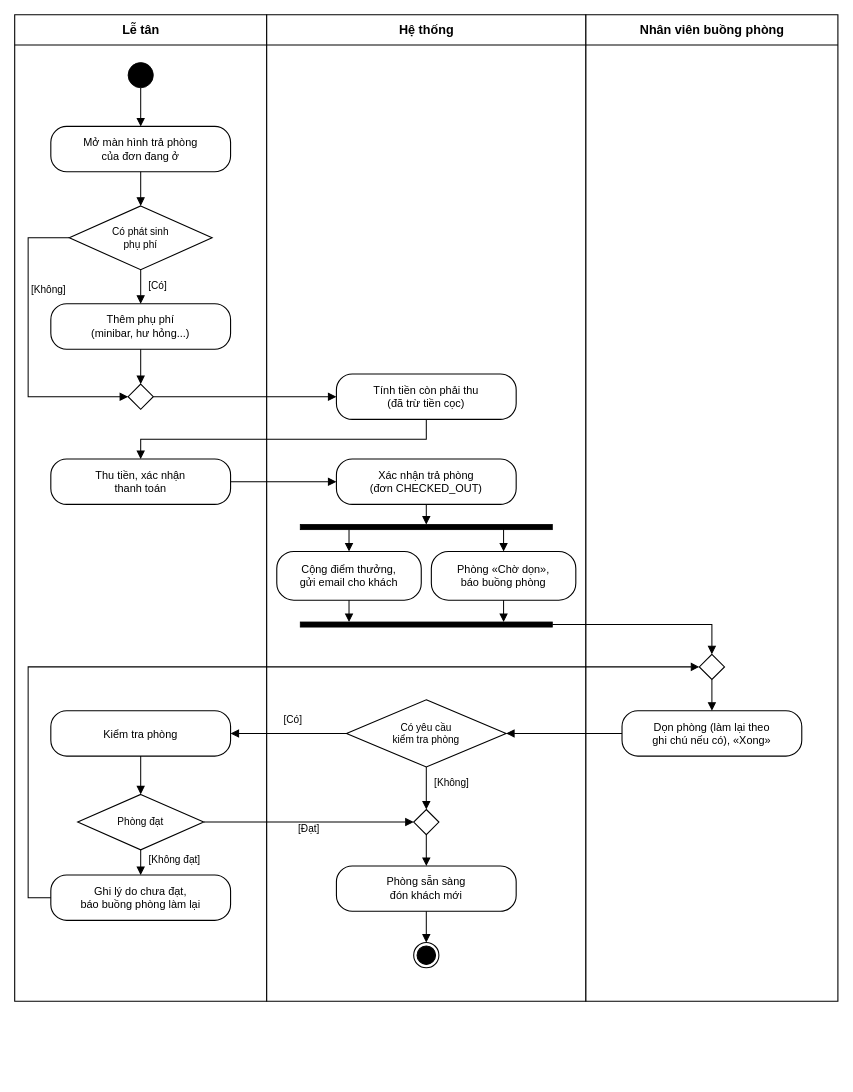
The draw.io diagram docs/thiet-ke/hd-tra-phong-don-phong.drawio in ngynquchn2511/beach-hotel, before the edit. Source tidied: cells renumbered, new cells numbered last; positions are measured from the earlier drawing's top-left corner, leaving out a move shared by most shapes. Both pictures are drawn from the tidied source at 84%, with x=0, y=0 at pixel (14, 14).
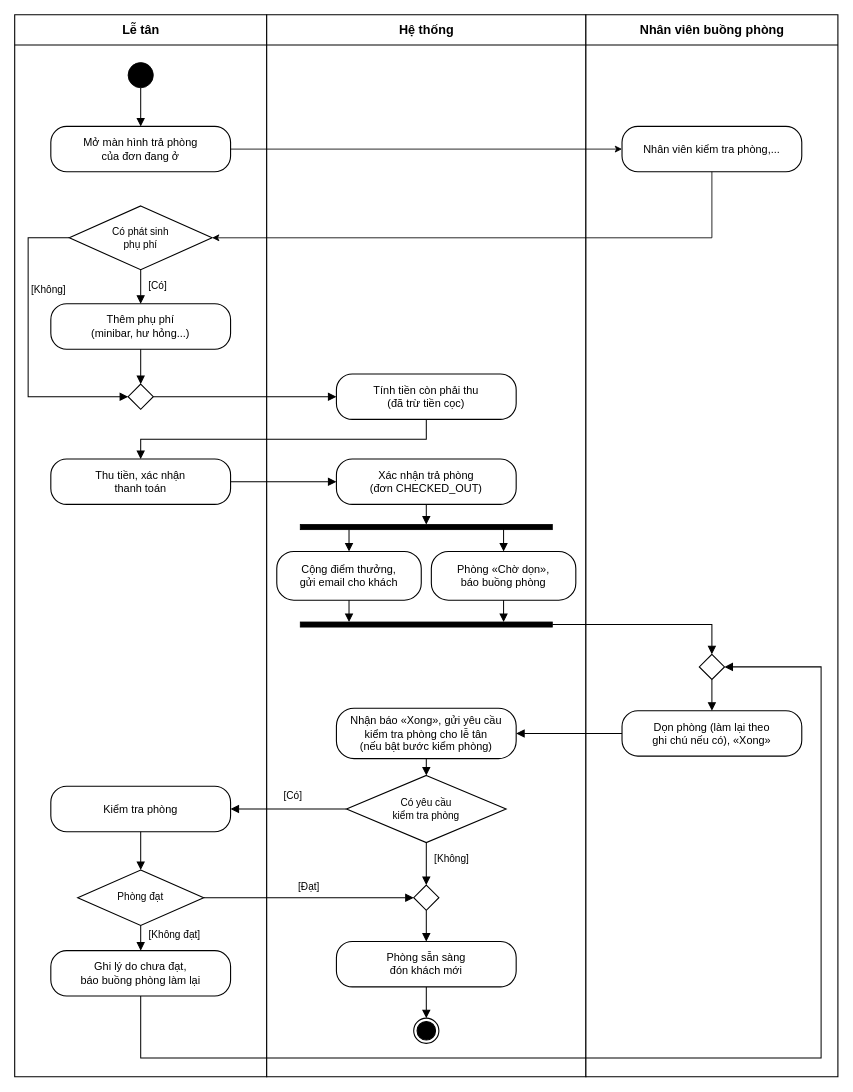
The same page after the edit.

Unchanged cells that the change refers to:
```xml
<mxCell id="6" value="Mở màn hình trả phòng&lt;br&gt;của đơn đang ở" style="fontFamily=Arial;fontColor=#000000;rounded=1;whiteSpace=wrap;html=1;arcSize=35;fillColor=#FFFFFF;strokeColor=#000000;strokeWidth=1.3;fontSize=13;spacing=6;" parent="1" vertex="1">
  <mxGeometry x="43" y="133" width="214" height="54" as="geometry" />
</mxCell>
<mxCell id="7" value="Có phát sinh&lt;br&gt;phụ phí" style="fontFamily=Arial;fontColor=#000000;rhombus;whiteSpace=wrap;html=1;fillColor=#FFFFFF;strokeColor=#000000;strokeWidth=1.3;fontSize=12;" parent="1" vertex="1">
  <mxGeometry x="65" y="227.6" width="170" height="76" as="geometry" />
</mxCell>
<mxCell id="13" style="fontFamily=Arial;fontColor=#000000;rhombus;whiteSpace=wrap;html=1;fillColor=#FFFFFF;strokeColor=#000000;strokeWidth=1.3;fontSize=12;" parent="1" vertex="1">
  <mxGeometry x="815" y="761.4" width="30" height="30" as="geometry" />
</mxCell>
<mxCell id="14" value="Dọn phòng (làm lại theo&lt;br&gt;ghi chú nếu có), «Xong»" style="fontFamily=Arial;fontColor=#000000;rounded=1;whiteSpace=wrap;html=1;arcSize=35;fillColor=#FFFFFF;strokeColor=#000000;strokeWidth=1.3;fontSize=13;spacing=6;" parent="1" vertex="1">
  <mxGeometry x="723" y="828.6" width="214" height="54" as="geometry" />
</mxCell>
```

What changed in the source:
```diff
@@
     <mxCell id="2" value="Lễ tân" style="fontFamily=Arial;fontColor=#000000;swimlane;horizontal=1;startSize=36;html=1;fillColor=#FFFFFF;strokeColor=#000000;strokeWidth=1.3;fontSize=15;fontStyle=1;swimlaneFillColor=#FFFFFF;" parent="1" vertex="1">
-      <mxGeometry width="300" height="1174.4" as="geometry" />
+      <mxGeometry width="300" height="1264.4" as="geometry" />
     </mxCell>
     <mxCell id="3" value="Hệ thống" style="fontFamily=Arial;fontColor=#000000;swimlane;horizontal=1;startSize=36;html=1;fillColor=#FFFFFF;strokeColor=#000000;strokeWidth=1.3;fontSize=15;fontStyle=1;swimlaneFillColor=#FFFFFF;" parent="1" vertex="1">
-      <mxGeometry x="300" width="380" height="1174.4" as="geometry" />
+      <mxGeometry x="300" width="380" height="1264.4" as="geometry" />
     </mxCell>
     <mxCell id="4" value="Nhân viên buồng phòng" style="fontFamily=Arial;fontColor=#000000;swimlane;horizontal=1;startSize=36;html=1;fillColor=#FFFFFF;strokeColor=#000000;strokeWidth=1.3;fontSize=15;fontStyle=1;swimlaneFillColor=#FFFFFF;" parent="1" vertex="1">
-      <mxGeometry x="680" width="300" height="1174.4" as="geometry" />
+      <mxGeometry x="680" width="300" height="1264.4" as="geometry" />
     </mxCell>
+    <mxCell id="50" value="Nhân viên kiểm tra phòng,..." style="fontFamily=Arial;fontColor=#000000;rounded=1;whiteSpace=wrap;html=1;arcSize=35;fillColor=#FFFFFF;strokeColor=#000000;strokeWidth=1.3;fontSize=13;spacing=6;" parent="4" vertex="1">
+      <mxGeometry x="43" y="133" width="214" height="54" as="geometry" />
+    </mxCell>
@@
+    <mxCell id="51" style="edgeStyle=orthogonalEdgeStyle;rounded=0;jettySize=auto;html=1;exitX=1;exitY=0.5;exitDx=0;exitDy=0;defaultLabelBackgroundColor=page;" parent="1" edge="1" source="6" target="50">
+      <mxGeometry relative="1" as="geometry" />
+    </mxCell>
@@
     <mxCell id="15" value="Có yêu cầu&lt;br&gt;kiểm tra phòng" style="fontFamily=Arial;fontColor=#000000;rhombus;whiteSpace=wrap;html=1;fillColor=#FFFFFF;strokeColor=#000000;strokeWidth=1.3;fontSize=12;" parent="1" vertex="1">
-      <mxGeometry x="395" y="815.6" width="190" height="80" as="geometry" />
+      <mxGeometry x="395" y="905.6" width="190" height="80" as="geometry" />
     </mxCell>
     <mxCell id="16" value="Kiểm tra phòng" style="fontFamily=Arial;fontColor=#000000;rounded=1;whiteSpace=wrap;html=1;arcSize=35;fillColor=#FFFFFF;strokeColor=#000000;strokeWidth=1.3;fontSize=13;spacing=6;" parent="1" vertex="1">
-      <mxGeometry x="43" y="828.6" width="214" height="54" as="geometry" />
+      <mxGeometry x="43" y="918.6" width="214" height="54" as="geometry" />
     </mxCell>
     <mxCell id="17" value="Phòng đạt" style="fontFamily=Arial;fontColor=#000000;rhombus;whiteSpace=wrap;html=1;fillColor=#FFFFFF;strokeColor=#000000;strokeWidth=1.3;fontSize=12;" parent="1" vertex="1">
-      <mxGeometry x="75" y="928.2" width="150" height="66" as="geometry" />
+      <mxGeometry x="75" y="1018.2" width="150" height="66" as="geometry" />
     </mxCell>
     <mxCell id="18" style="fontFamily=Arial;fontColor=#000000;rhombus;whiteSpace=wrap;html=1;fillColor=#FFFFFF;strokeColor=#000000;strokeWidth=1.3;fontSize=12;" parent="1" vertex="1">
-      <mxGeometry x="475" y="946.2" width="30" height="30" as="geometry" />
+      <mxGeometry x="475" y="1036.2" width="30" height="30" as="geometry" />
     </mxCell>
     <mxCell id="19" value="Phòng sẵn sàng&lt;br&gt;đón khách mới" style="fontFamily=Arial;fontColor=#000000;rounded=1;whiteSpace=wrap;html=1;arcSize=35;fillColor=#FFFFFF;strokeColor=#000000;strokeWidth=1.3;fontSize=13;spacing=6;" parent="1" vertex="1">
-      <mxGeometry x="383" y="1013.4" width="214" height="54" as="geometry" />
+      <mxGeometry x="383" y="1103.4" width="214" height="54" as="geometry" />
     </mxCell>
     <mxCell id="20" style="ellipse;html=1;shape=endState;fillColor=#000000;strokeColor=#000000;strokeWidth=1.3;" parent="1" vertex="1">
-      <mxGeometry x="475" y="1104.6" width="30" height="30" as="geometry" />
+      <mxGeometry x="475" y="1194.6" width="30" height="30" as="geometry" />
     </mxCell>
@@
-    <mxCell id="22" style="fontFamily=Arial;fontColor=#000000;edgeStyle=orthogonalEdgeStyle;rounded=0;html=1;endArrow=block;endFill=1;endSize=7;strokeColor=#000000;strokeWidth=1.2;fontSize=12;labelBackgroundColor=#FFFFFF;exitX=0.5;exitY=1;exitDx=0;exitDy=0;entryX=0.5;entryY=0;entryDx=0;entryDy=0;" parent="1" edge="1" source="6" target="7">
-      <mxGeometry relative="1" as="geometry" />
-    </mxCell>
@@
-    <mxCell id="30" style="fontFamily=Arial;fontColor=#000000;edgeStyle=orthogonalEdgeStyle;rounded=0;html=1;endArrow=block;endFill=1;endSize=7;strokeColor=#000000;strokeWidth=1.2;fontSize=12;labelBackgroundColor=#FFFFFF;exitX=0;exitY=0.5;exitDx=0;exitDy=0;entryX=1;entryY=0.5;entryDx=0;entryDy=0;" parent="1" edge="1" source="14" target="15">
+    <mxCell id="30" style="fontFamily=Arial;fontColor=#000000;edgeStyle=orthogonalEdgeStyle;rounded=0;html=1;endArrow=block;endFill=1;endSize=7;strokeColor=#000000;strokeWidth=1.2;fontSize=12;labelBackgroundColor=#FFFFFF;exitX=0;exitY=0.5;exitDx=0;exitDy=0;entryX=1;entryY=0.5;entryDx=0;entryDy=0;" parent="1" edge="1" source="14" target="53">
       <mxGeometry relative="1" as="geometry" />
     </mxCell>
@@
     <mxCell id="34" value="[Đạt]" style="fontFamily=Arial;fontColor=#000000;edgeStyle=orthogonalEdgeStyle;rounded=0;html=1;endArrow=block;endFill=1;endSize=7;strokeColor=#000000;strokeWidth=1.2;fontSize=12;labelBackgroundColor=#FFFFFF;exitX=1;exitY=0.5;exitDx=0;exitDy=0;entryX=0;entryY=0.5;entryDx=0;entryDy=0;" parent="1" edge="1" source="17" target="18">
-      <mxGeometry y="-9" relative="1" as="geometry" />
+      <mxGeometry y="12" relative="1" as="geometry" />
     </mxCell>
@@
     <mxCell id="48" value="Ghi lý do chưa đạt,&lt;br&gt;báo buồng phòng làm lại" style="fontFamily=Arial;fontColor=#000000;rounded=1;whiteSpace=wrap;html=1;arcSize=35;fillColor=#FFFFFF;strokeColor=#000000;strokeWidth=1.3;fontSize=13;spacing=6;" parent="1" vertex="1">
-      <mxGeometry x="43" y="1024.2" width="214" height="54" as="geometry" />
+      <mxGeometry x="43" y="1114.2" width="214" height="54" as="geometry" />
     </mxCell>
-    <mxCell id="49" style="fontFamily=Arial;fontColor=#000000;edgeStyle=orthogonalEdgeStyle;rounded=0;html=1;endArrow=block;endFill=1;endSize=7;strokeColor=#000000;strokeWidth=1.2;fontSize=12;labelBackgroundColor=#FFFFFF;exitX=0;exitY=0.5;exitDx=0;exitDy=0;entryX=0;entryY=0.5;entryDx=0;entryDy=0;" parent="1" edge="1" source="48" target="13">
+    <mxCell id="49" style="fontFamily=Arial;fontColor=#000000;edgeStyle=orthogonalEdgeStyle;rounded=0;html=1;endArrow=block;endFill=1;endSize=7;strokeColor=#000000;strokeWidth=1.2;fontSize=12;labelBackgroundColor=#FFFFFF;exitX=0.5;exitY=1;exitDx=0;exitDy=0;entryX=1;entryY=0.5;entryDx=0;entryDy=0;" parent="1" edge="1" source="48" target="13">
       <mxGeometry relative="1" as="geometry">
         <Array as="points">
-          <mxPoint x="16" y="1051.2" />
-          <mxPoint x="16" y="776.4" />
+          <mxPoint x="150" y="1242" />
+          <mxPoint x="960" y="1242" />
+          <mxPoint x="960" y="776.4" />
         </Array>
       </mxGeometry>
     </mxCell>
+    <mxCell id="52" style="edgeStyle=orthogonalEdgeStyle;rounded=0;jettySize=auto;html=1;exitX=0.5;exitY=1;exitDx=0;exitDy=0;entryX=1;entryY=0.5;entryDx=0;entryDy=0;defaultLabelBackgroundColor=page;" parent="1" edge="1" source="50" target="7">
+      <mxGeometry relative="1" as="geometry" />
+    </mxCell>
+    <mxCell id="53" value="Nhận báo «Xong», gửi yêu cầu&lt;br&gt;kiểm tra phòng cho lễ tân&lt;br&gt;(nếu bật bước kiểm phòng)" style="fontFamily=Arial;fontColor=#000000;rounded=1;whiteSpace=wrap;html=1;arcSize=35;fillColor=#FFFFFF;strokeColor=#000000;strokeWidth=1.3;fontSize=13;spacing=6;" parent="1" vertex="1">
+      <mxGeometry x="383" y="825.6" width="214" height="60" as="geometry" />
+    </mxCell>
+    <mxCell id="54" style="fontFamily=Arial;fontColor=#000000;edgeStyle=orthogonalEdgeStyle;rounded=0;html=1;endArrow=block;endFill=1;endSize=7;strokeColor=#000000;strokeWidth=1.2;fontSize=12;labelBackgroundColor=#FFFFFF;exitX=0.5;exitY=1;exitDx=0;exitDy=0;entryX=0.5;entryY=0;entryDx=0;entryDy=0;" parent="1" edge="1" source="53" target="15">
+      <mxGeometry relative="1" as="geometry" />
+    </mxCell>
```
